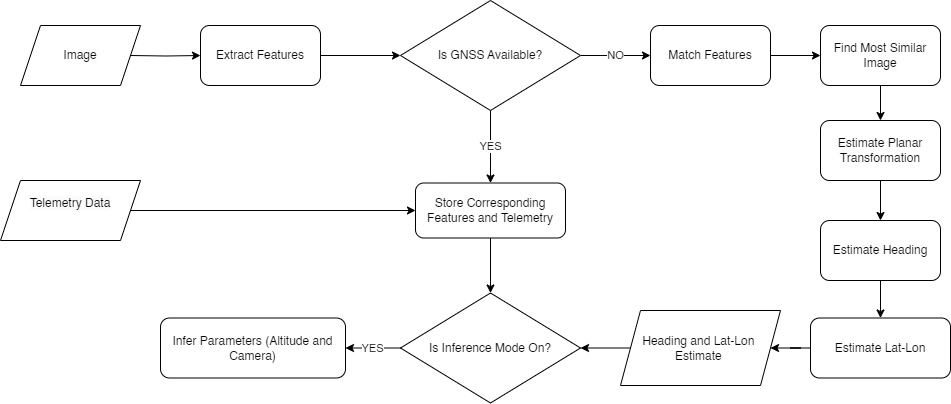
This is REPORT/stellenbosch_ee_report_template-master/Chapter 3/Chap3Figs/HighLevelFlow.png from Samshabz/Skripsie, a draw.io export, as it was before one commit. Source tidied: cells renumbered, new cells last; positions are measured from the earlier drawing's top-left corner, leaving out a move shared by most shapes.
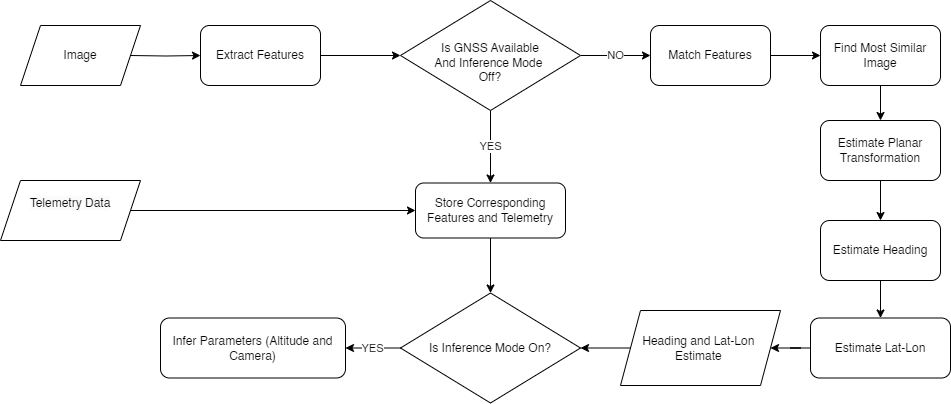
After the commit.

What changed in the source:
```diff
@@ -46,7 +46,7 @@
     <mxCell id="15" value="NO" style="edgeStyle=orthogonalEdgeStyle;rounded=0;jettySize=auto;html=1;" parent="1" edge="1" source="16" target="8">
       <mxGeometry relative="1" as="geometry" />
     </mxCell>
-    <mxCell id="16" value="Is GNSS Available?" style="rhombus;whiteSpace=wrap;html=1;" parent="1" vertex="1">
+    <mxCell id="16" value="&lt;div&gt;&lt;br&gt;&lt;/div&gt;Is GNSS Available &lt;br&gt;And Inference Mode&amp;nbsp;&lt;div&gt;Off?&lt;/div&gt;" style="rhombus;whiteSpace=wrap;html=1;" parent="1" vertex="1">
       <mxGeometry x="400" width="180" height="110" as="geometry" />
     </mxCell>
     <mxCell id="17" style="edgeStyle=orthogonalEdgeStyle;rounded=0;jettySize=auto;html=1;" parent="1" edge="1" source="18" target="23">
```
